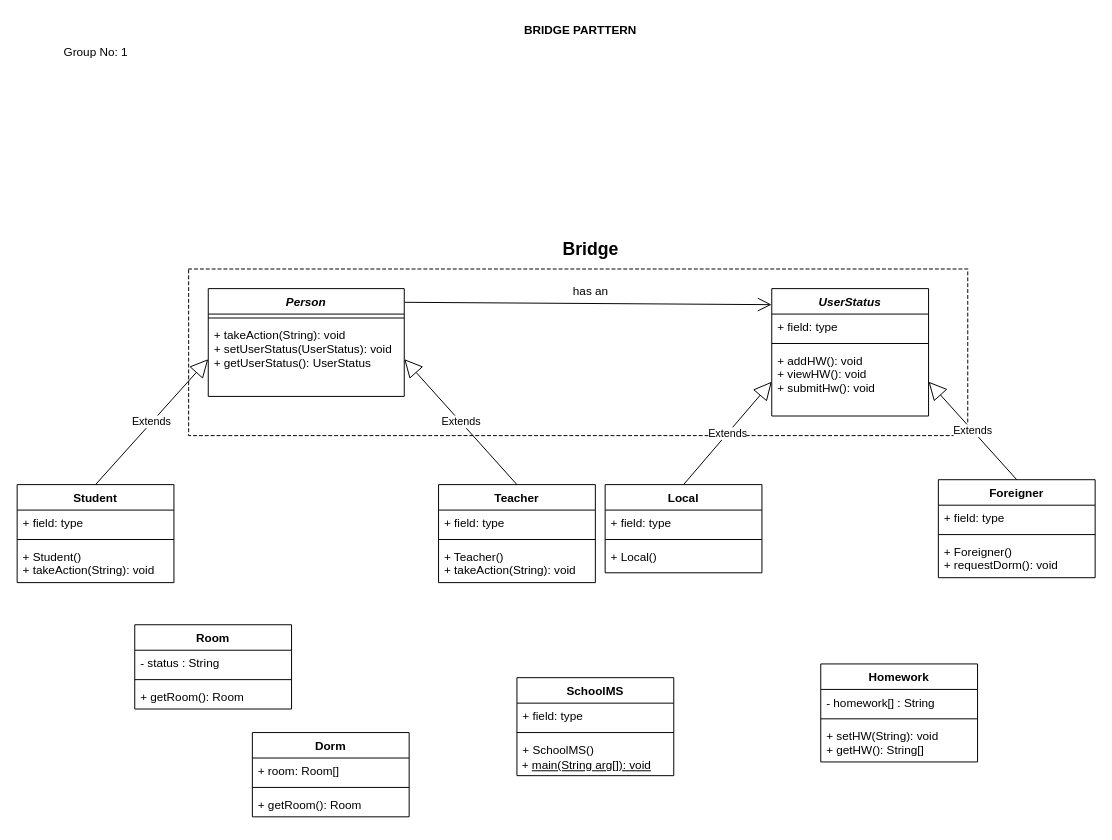
Before: Homework_08/Homework_08.drawio in vichhika/OOAD_Y3, a draw.io diagram. Source tidied: cells renumbered, new cells numbered last; positions are measured from the earlier drawing's top-left corner, leaving out a move shared by most shapes. Both pictures are drawn from the tidied source at 98%, with x=0, y=0 at pixel (17, 17).
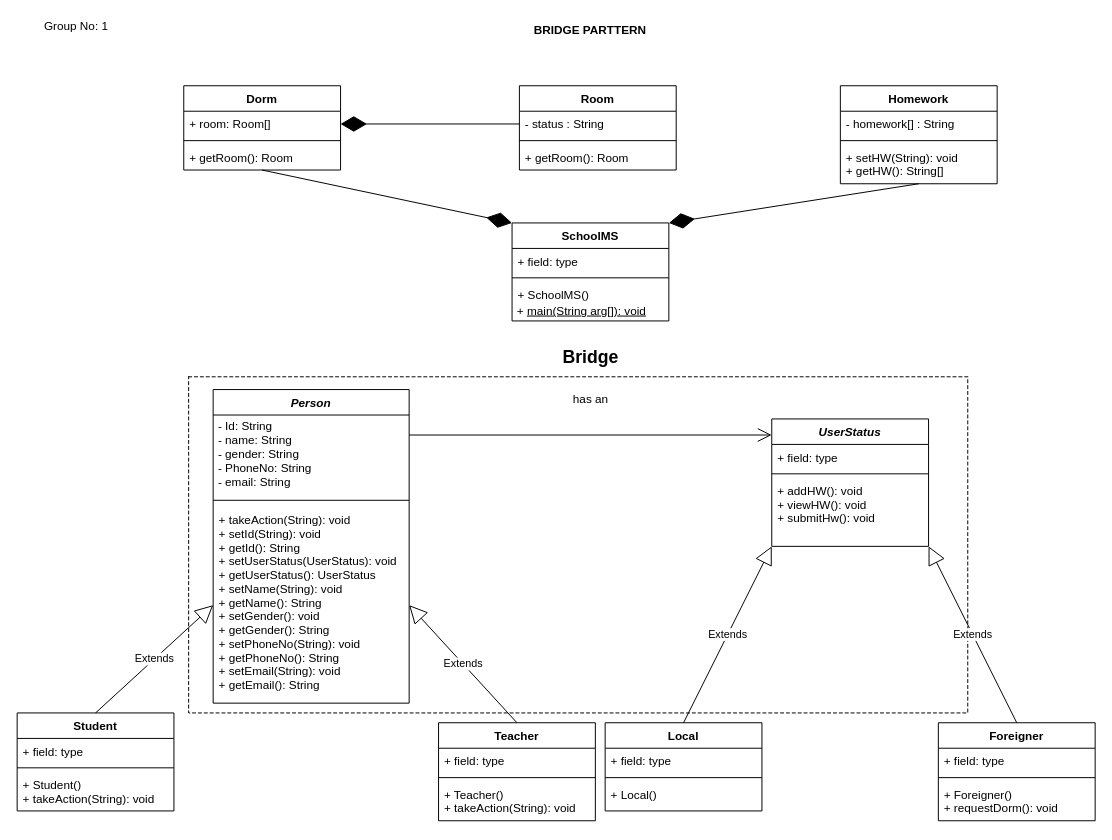
The same diagram, later.

Commit message:
Class Diagram Beta 1.2

The change refers to these unchanged cells:
```xml
<mxCell id="11" value="+ addHW(): void&#10;+ viewHW(): void&#10;+ submitHw(): void" style="text;strokeColor=none;fillColor=none;align=left;verticalAlign=top;spacingLeft=4;spacingRight=4;overflow=hidden;points=[[0,0.5],[1,0.5]];portConstraint=eastwest;" parent="8" vertex="1">
  <mxGeometry y="60" width="160" height="70" as="geometry" />
</mxCell>
<mxCell id="45" value="- status : String" style="text;strokeColor=none;fillColor=none;align=left;verticalAlign=top;spacingLeft=4;spacingRight=4;overflow=hidden;points=[[0,0.5],[1,0.5]];portConstraint=eastwest;" parent="44" vertex="1">
  <mxGeometry y="26" width="160" height="26" as="geometry" />
</mxCell>
<mxCell id="49" value="+ room: Room[]" style="text;strokeColor=none;fillColor=none;align=left;verticalAlign=top;spacingLeft=4;spacingRight=4;overflow=hidden;points=[[0,0.5],[1,0.5]];portConstraint=eastwest;" parent="48" vertex="1">
  <mxGeometry y="26" width="160" height="26" as="geometry" />
</mxCell>
<mxCell id="51" value="+ getRoom(): Room" style="text;strokeColor=none;fillColor=none;align=left;verticalAlign=top;spacingLeft=4;spacingRight=4;overflow=hidden;points=[[0,0.5],[1,0.5]];portConstraint=eastwest;" parent="48" vertex="1">
  <mxGeometry y="60" width="160" height="26" as="geometry" />
</mxCell>
```

Diff of the diagram source:
```diff
@@
     <mxCell id="2" style="shape=partialRectangle;html=1;top=1;align=left;dashed=1;" parent="1" vertex="1">
-      <mxGeometry x="175" y="257" width="795" height="170" as="geometry" />
+      <mxGeometry x="175" y="367" width="795" height="343" as="geometry" />
     </mxCell>
     <mxCell id="3" value="BRIDGE PARTTERN" style="text;align=center;fontStyle=1;verticalAlign=middle;spacingLeft=3;spacingRight=3;strokeColor=none;" parent="1" vertex="1">
-      <mxGeometry x="517.5" width="115" height="26" as="geometry" />
+      <mxGeometry x="527.5" width="115" height="26" as="geometry" />
     </mxCell>
     <mxCell id="4" value="Group No: 1" style="text;html=1;align=center;verticalAlign=middle;" parent="1" vertex="1">
-      <mxGeometry x="40" y="26" width="80" height="20" as="geometry" />
+      <mxGeometry x="20" width="80" height="20" as="geometry" />
     </mxCell>
     <mxCell id="5" value="Person" style="swimlane;fontStyle=3;align=center;verticalAlign=top;horizontal=1;startSize=26;" parent="1" vertex="1">
-      <mxGeometry x="195" y="277" width="200" height="110" as="geometry" />
+      <mxGeometry x="200" y="380" width="200" height="320" as="geometry" />
     </mxCell>
+    <mxCell id="52" value="&lt;div&gt;&amp;nbsp;- Id: String&lt;/div&gt;&lt;div&gt;&lt;span&gt;&amp;nbsp;- name: String&lt;/span&gt;&lt;/div&gt;&lt;div&gt;&lt;span&gt;&amp;nbsp;- gender: String&lt;/span&gt;&lt;/div&gt;&lt;div&gt;&lt;span&gt;&amp;nbsp;- PhoneNo: String&lt;/span&gt;&lt;/div&gt;&lt;div&gt;&lt;span&gt;&amp;nbsp;- email: String&lt;/span&gt;&lt;/div&gt;" style="text;html=1;align=left;verticalAlign=middle;points=[];" parent="5" vertex="1">
+      <mxGeometry y="26" width="200" height="80" as="geometry" />
+    </mxCell>
     <mxCell id="6" style="line;strokeWidth=1;fillColor=none;align=left;verticalAlign=middle;spacingTop=-1;spacingLeft=3;spacingRight=3;labelPosition=right;" parent="5" vertex="1">
-      <mxGeometry y="26" width="200" height="8" as="geometry" />
+      <mxGeometry y="106" width="200" height="14" as="geometry" />
     </mxCell>
-    <mxCell id="7" value="+ takeAction(String): void&#10;+ setUserStatus(UserStatus): void&#10;+ getUserStatus(): UserStatus" style="text;strokeColor=none;fillColor=none;align=left;verticalAlign=top;spacingLeft=4;spacingRight=4;overflow=hidden;points=[[0,0.5],[1,0.5]];portConstraint=eastwest;" parent="5" vertex="1">
-      <mxGeometry y="34" width="200" height="76" as="geometry" />
+    <mxCell id="7" value="+ takeAction(String): void&#10;+ setId(String): void&#10;+ getId(): String&#10;+ setUserStatus(UserStatus): void&#10;+ getUserStatus(): UserStatus&#10;+ setName(String): void&#10;+ getName(): String&#10;+ setGender(): void&#10;+ getGender(): String&#10;+ setPhoneNo(String): void&#10;+ getPhoneNo(): String&#10;+ setEmail(String): void&#10;+ getEmail(): String" style="text;strokeColor=none;fillColor=none;align=left;verticalAlign=top;spacingLeft=4;spacingRight=4;overflow=hidden;points=[[0,0.5],[1,0.5]];portConstraint=eastwest;" parent="5" vertex="1">
+      <mxGeometry y="120" width="200" height="200" as="geometry" />
     </mxCell>
     <mxCell id="8" value="UserStatus" style="swimlane;fontStyle=3;align=center;verticalAlign=top;horizontal=1;startSize=26;" parent="1" vertex="1">
-      <mxGeometry x="770" y="277" width="160" height="130" as="geometry" />
+      <mxGeometry x="770" y="410" width="160" height="130" as="geometry" />
     </mxCell>
@@
     <mxCell id="12" value="Local" style="swimlane;fontStyle=1;align=center;verticalAlign=top;horizontal=1;startSize=26;" parent="1" vertex="1">
-      <mxGeometry x="600" y="477" width="160" height="90" as="geometry" />
+      <mxGeometry x="600" y="720" width="160" height="90" as="geometry" />
     </mxCell>
@@
     <mxCell id="16" value="Foreigner" style="swimlane;fontStyle=1;align=center;verticalAlign=top;horizontal=1;startSize=26;" parent="1" vertex="1">
-      <mxGeometry x="940" y="472" width="160" height="100" as="geometry" />
+      <mxGeometry x="940" y="720" width="160" height="100" as="geometry" />
     </mxCell>
@@
-    <mxCell id="20" value="Extends" style="endArrow=block;endSize=16;endFill=0;html=1;entryX=0;entryY=0.5;entryDx=0;entryDy=0;exitX=0.5;exitY=0;exitDx=0;exitDy=0;" parent="1" edge="1" source="12" target="11">
+    <mxCell id="20" value="Extends" style="endArrow=block;endSize=16;endFill=0;html=1;entryX=0;entryY=1;entryDx=0;entryDy=0;exitX=0.5;exitY=0;exitDx=0;exitDy=0;" parent="1" edge="1" source="12" target="8">
       <mxGeometry relative="1" as="geometry" />
     </mxCell>
-    <mxCell id="21" value="Extends" style="endArrow=block;endSize=16;endFill=0;html=1;entryX=1;entryY=0.5;entryDx=0;entryDy=0;exitX=0.5;exitY=0;exitDx=0;exitDy=0;" parent="1" edge="1" source="16" target="11">
+    <mxCell id="21" value="Extends" style="endArrow=block;endSize=16;endFill=0;html=1;entryX=1;entryY=1;entryDx=0;entryDy=0;exitX=0.5;exitY=0;exitDx=0;exitDy=0;" parent="1" edge="1" source="16" target="8">
       <mxGeometry relative="1" as="geometry" />
     </mxCell>
     <mxCell id="22" value="Student" style="swimlane;fontStyle=1;align=center;verticalAlign=top;horizontal=1;startSize=26;" parent="1" vertex="1">
-      <mxGeometry y="477" width="160" height="100" as="geometry" />
+      <mxGeometry y="710" width="160" height="100" as="geometry" />
     </mxCell>
@@
     <mxCell id="26" value="Teacher" style="swimlane;fontStyle=1;align=center;verticalAlign=top;horizontal=1;startSize=26;" parent="1" vertex="1">
-      <mxGeometry x="430" y="477" width="160" height="100" as="geometry" />
+      <mxGeometry x="430" y="720" width="160" height="100" as="geometry" />
     </mxCell>
@@
-    <mxCell id="32" style="endArrow=open;endFill=1;endSize=12;html=1;entryX=-0.001;entryY=0.126;entryDx=0;entryDy=0;exitX=1.002;exitY=0.127;exitDx=0;exitDy=0;exitPerimeter=0;entryPerimeter=0;" parent="1" edge="1" source="5" target="8">
+    <mxCell id="32" style="endArrow=open;endFill=1;endSize=12;html=1;entryX=-0.001;entryY=0.126;entryDx=0;entryDy=0;entryPerimeter=0;exitX=1;exitY=0.255;exitDx=0;exitDy=0;exitPerimeter=0;" parent="1" edge="1" source="52" target="8">
       <mxGeometry relative="1" as="geometry" />
     </mxCell>
     <mxCell id="33" value="has an" style="text;html=1;align=center;verticalAlign=middle;" parent="1" vertex="1">
-      <mxGeometry x="560" y="270" width="50" height="20" as="geometry" />
+      <mxGeometry x="560" y="380" width="50" height="20" as="geometry" />
     </mxCell>
     <mxCell id="34" value="&lt;b&gt;&lt;font style=&quot;font-size: 18px&quot;&gt;Bridge&lt;/font&gt;&lt;/b&gt;" style="text;html=1;align=center;verticalAlign=middle;" parent="1" vertex="1">
-      <mxGeometry x="550" y="227" width="70" height="20" as="geometry" />
+      <mxGeometry x="550" y="337" width="70" height="20" as="geometry" />
     </mxCell>
     <mxCell id="35" value="Homework" style="swimlane;fontStyle=1;align=center;verticalAlign=top;horizontal=1;startSize=26;" parent="1" vertex="1">
-      <mxGeometry x="820" y="660" width="160" height="100" as="geometry" />
+      <mxGeometry x="840" y="70" width="160" height="100" as="geometry" />
     </mxCell>
@@
     <mxCell id="39" value="SchoolMS" style="swimlane;fontStyle=1;align=center;verticalAlign=top;horizontal=1;startSize=26;" parent="1" vertex="1">
-      <mxGeometry x="510" y="674" width="160" height="100" as="geometry" />
+      <mxGeometry x="505" y="210" width="160" height="100" as="geometry" />
     </mxCell>
@@
     <mxCell id="44" value="Room" style="swimlane;fontStyle=1;align=center;verticalAlign=top;horizontal=1;startSize=26;" parent="1" vertex="1">
-      <mxGeometry x="120" y="620" width="160" height="86" as="geometry" />
+      <mxGeometry x="512.5" y="70" width="160" height="86" as="geometry" />
     </mxCell>
@@
     <mxCell id="48" value="Dorm" style="swimlane;fontStyle=1;align=center;verticalAlign=top;horizontal=1;startSize=26;" parent="1" vertex="1">
-      <mxGeometry x="240" y="730" width="160" height="86" as="geometry" />
+      <mxGeometry x="170" y="70" width="160" height="86" as="geometry" />
     </mxCell>
@@
+    <mxCell id="53" style="endArrow=diamondThin;endFill=1;endSize=24;html=1;entryX=1;entryY=0.5;entryDx=0;entryDy=0;exitX=0;exitY=0.5;exitDx=0;exitDy=0;" parent="1" edge="1" source="45" target="49">
+      <mxGeometry relative="1" as="geometry" />
+    </mxCell>
+    <mxCell id="54" style="endArrow=diamondThin;endFill=1;endSize=24;html=1;entryX=0;entryY=0;entryDx=0;entryDy=0;exitX=0.499;exitY=0.999;exitDx=0;exitDy=0;exitPerimeter=0;" parent="1" edge="1" source="51" target="39">
+      <mxGeometry relative="1" as="geometry" />
+    </mxCell>
+    <mxCell id="55" style="endArrow=diamondThin;endFill=1;endSize=24;html=1;entryX=1;entryY=0;entryDx=0;entryDy=0;exitX=0.5;exitY=1;exitDx=0;exitDy=0;" parent="1" edge="1" source="35" target="39">
+      <mxGeometry relative="1" as="geometry" />
+    </mxCell>
```
